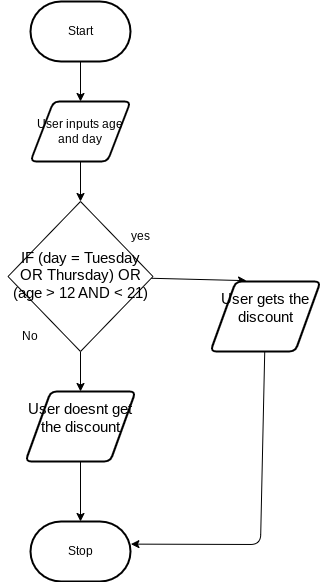
Before: design/flow-chart.png, a diagram exported from draw.io (ashley-monaghan/ICS2OR-Unit-5-04). Source tidied: cells renumbered, new cells last; positions are measured from the earlier drawing's top-left corner, leaving out a move shared by most shapes.
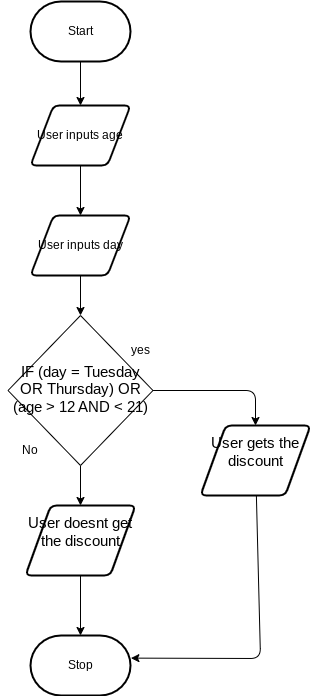
The same file after the commit.

Diff of the diagram source:
```diff
@@ -2,18 +2,20 @@
   <root>
     <mxCell id="0" />
     <mxCell id="1" parent="0" />
-    <mxCell id="2" style="edgeStyle=none;html=1;" parent="1" edge="1" source="3" target="5">
-      <mxGeometry relative="1" as="geometry" />
+    <mxCell id="2" style="edgeStyle=none;html=1;" parent="1" edge="1" source="3">
+      <mxGeometry relative="1" as="geometry">
+        <mxPoint x="80" y="-10" as="targetPoint" />
+      </mxGeometry>
     </mxCell>
     <mxCell id="3" value="Start" style="strokeWidth=2;html=1;shape=mxgraph.flowchart.terminator;whiteSpace=wrap;" parent="1" vertex="1">
-      <mxGeometry x="30" width="100" height="60" as="geometry" />
+      <mxGeometry x="30" y="-114" width="100" height="60" as="geometry" />
     </mxCell>
     <mxCell id="4" style="edgeStyle=none;html=1;" parent="1" edge="1" source="5">
       <mxGeometry relative="1" as="geometry">
         <mxPoint x="80" y="200" as="targetPoint" />
       </mxGeometry>
     </mxCell>
-    <mxCell id="5" value="User inputs age and day" style="shape=parallelogram;html=1;strokeWidth=2;perimeter=parallelogramPerimeter;whiteSpace=wrap;rounded=1;arcSize=12;size=0.23;" parent="1" vertex="1">
+    <mxCell id="5" value="User inputs day" style="shape=parallelogram;html=1;strokeWidth=2;perimeter=parallelogramPerimeter;whiteSpace=wrap;rounded=1;arcSize=12;size=0.23;" parent="1" vertex="1">
       <mxGeometry x="30" y="100" width="100" height="60" as="geometry" />
     </mxCell>
     <mxCell id="6" style="edgeStyle=none;html=1;" parent="1" edge="1" source="7" target="8">
@@ -28,8 +30,12 @@
     <mxCell id="9" style="edgeStyle=none;html=1;entryX=0.5;entryY=0;entryDx=0;entryDy=0;fontColor=#F0F0F0;" parent="1" edge="1" source="11" target="7">
       <mxGeometry relative="1" as="geometry" />
     </mxCell>
-    <mxCell id="10" style="edgeStyle=none;html=1;entryX=0.327;entryY=-0.012;entryDx=0;entryDy=0;entryPerimeter=0;fontColor=#F0F0F0;" parent="1" edge="1" source="11" target="13">
-      <mxGeometry relative="1" as="geometry" />
+    <mxCell id="10" style="edgeStyle=none;html=1;fontColor=#F0F0F0;" parent="1" edge="1" source="11" target="13">
+      <mxGeometry relative="1" as="geometry">
+        <Array as="points">
+          <mxPoint x="255" y="275" />
+        </Array>
+      </mxGeometry>
     </mxCell>
     <mxCell id="11" value="&amp;nbsp;&lt;span id=&quot;docs-internal-guid-e47e0e09-7fff-875d-5ef6-5627a097eb3d&quot;&gt;&lt;p dir=&quot;ltr&quot; style=&quot;line-height: 1.2 ; margin-top: 0pt ; margin-bottom: 0pt&quot;&gt;&lt;span style=&quot;font-size: 11pt ; font-family: &amp;#34;cabin&amp;#34; , sans-serif ; background-color: transparent ; vertical-align: baseline&quot;&gt;&lt;font color=&quot;#000000&quot;&gt;IF (day = Tuesday OR Thursday) OR (age &amp;gt; 12 AND &amp;lt; 21)&lt;/font&gt;&lt;/span&gt;&lt;/p&gt;&lt;div&gt;&lt;span style=&quot;font-size: 11pt ; font-family: &amp;#34;cabin&amp;#34; , sans-serif ; color: rgb(0 , 0 , 0) ; background-color: transparent ; vertical-align: baseline&quot;&gt;&lt;br&gt;&lt;/span&gt;&lt;/div&gt;&lt;/span&gt;" style="rhombus;whiteSpace=wrap;html=1;" parent="1" vertex="1">
       <mxGeometry x="7.5" y="200" width="145" height="150" as="geometry" />
@@ -42,7 +48,7 @@
       </mxGeometry>
     </mxCell>
     <mxCell id="13" value="&lt;span id=&quot;docs-internal-guid-53308b96-7fff-50a0-43fb-136b3a0d023f&quot;&gt;&lt;p dir=&quot;ltr&quot; style=&quot;line-height: 1.2 ; margin-top: 0pt ; margin-bottom: 0pt&quot;&gt;&lt;span style=&quot;font-size: 11pt ; font-family: &amp;#34;cabin&amp;#34; , sans-serif ; background-color: transparent ; vertical-align: baseline&quot;&gt;User gets the discount&lt;/span&gt;&lt;/p&gt;&lt;div&gt;&lt;span style=&quot;font-size: 11pt ; font-family: &amp;#34;cabin&amp;#34; , sans-serif ; color: rgb(0 , 0 , 0) ; background-color: transparent ; vertical-align: baseline&quot;&gt;&lt;br&gt;&lt;/span&gt;&lt;/div&gt;&lt;/span&gt;" style="shape=parallelogram;html=1;strokeWidth=2;perimeter=parallelogramPerimeter;whiteSpace=wrap;rounded=1;arcSize=12;size=0.23;" parent="1" vertex="1">
-      <mxGeometry x="210" y="280" width="110" height="70" as="geometry" />
+      <mxGeometry x="200" y="310" width="110" height="70" as="geometry" />
     </mxCell>
     <mxCell id="14" value="&lt;font color=&quot;#000000&quot;&gt;yes&lt;span style=&quot;font-family: monospace ; font-size: 0px&quot;&gt;%3CmxGraphModel%3E%3Croot%3E%3CmxCell%20id%3D%220%22%2F%3E%3CmxCell%20id%3D%221%22%20parent%3D%220%22%2F%3E%3CmxCell%20id%3D%222%22%20value%3D%22%26lt%3Bspan%20id%3D%26quot%3Bdocs-internal-guid-53308b96-7fff-50a0-43fb-136b3a0d023f%26quot%3B%26gt%3B%26lt%3Bp%20dir%3D%26quot%3Bltr%26quot%3B%20style%3D%26quot%3Bline-height%3A%201.2%20%3B%20margin-top%3A%200pt%20%3B%20margin-bottom%3A%200pt%26quot%3B%26gt%3B%26lt%3Bspan%20style%3D%26quot%3Bfont-size%3A%2011pt%20%3B%20font-family%3A%20%26amp%3B%2334%3Bcabin%26amp%3B%2334%3B%20%2C%20sans-serif%20%3B%20background-color%3A%20transparent%20%3B%20vertical-align%3A%20baseline%26quot%3B%26gt%3BUser%20doesnt%20get%20the%20discount%26lt%3B%2Fspan%26gt%3B%26lt%3B%2Fp%26gt%3B%26lt%3Bdiv%26gt%3B%26lt%3Bspan%20style%3D%26quot%3Bfont-size%3A%2011pt%20%3B%20font-family%3A%20%26amp%3B%2334%3Bcabin%26amp%3B%2334%3B%20%2C%20sans-serif%20%3B%20color%3A%20rgb(0%20%2C%200%20%2C%200)%20%3B%20background-color%3A%20transparent%20%3B%20vertical-align%3A%20baseline%26quot%3B%26gt%3B%26lt%3Bbr%26gt%3B%26lt%3B%2Fspan%26gt%3B%26lt%3B%2Fdiv%26gt%3B%26lt%3B%2Fspan%26gt%3B%22%20style%3D%22shape%3Dparallelogram%3Bhtml%3D1%3BstrokeWidth%3D2%3Bperimeter%3DparallelogramPerimeter%3BwhiteSpace%3Dwrap%3Brounded%3D1%3BarcSize%3D12%3Bsize%3D0.23%3B%22%20vertex%3D%221%22%20parent%3D%221%22%3E%3CmxGeometry%20x%3D%22300%22%20y%3D%22650%22%20width%3D%22110%22%20height%3D%2270%22%20as%3D%22geometry%22%2F%3E%3C%2FmxCell%3E%3C%2Froot%3E%3C%2FmxGraphModel%3E&lt;/span&gt;&lt;span style=&quot;font-family: monospace ; font-size: 0px&quot;&gt;%3CmxGraphModel%3E%3Croot%3E%3CmxCell%20id%3D%220%22%2F%3E%3CmxCell%20id%3D%221%22%20parent%3D%220%22%2F%3E%3CmxCell%20id%3D%222%22%20value%3D%22%26lt%3Bspan%20id%3D%26quot%3Bdocs-internal-guid-53308b96-7fff-50a0-43fb-136b3a0d023f%26quot%3B%26gt%3B%26lt%3Bp%20dir%3D%26quot%3Bltr%26quot%3B%20style%3D%26quot%3Bline-height%3A%201.2%20%3B%20margin-top%3A%200pt%20%3B%20margin-bottom%3A%200pt%26quot%3B%26gt%3B%26lt%3Bspan%20style%3D%26quot%3Bfont-size%3A%2011pt%20%3B%20font-family%3A%20%26amp%3B%2334%3Bcabin%26amp%3B%2334%3B%20%2C%20sans-serif%20%3B%20background-color%3A%20transparent%20%3B%20vertical-align%3A%20baseline%26quot%3B%26gt%3BUser%20doesnt%20get%20the%20discount%26lt%3B%2Fspan%26gt%3B%26lt%3B%2Fp%26gt%3B%26lt%3Bdiv%26gt%3B%26lt%3Bspan%20style%3D%26quot%3Bfont-size%3A%2011pt%20%3B%20font-family%3A%20%26amp%3B%2334%3Bcabin%26amp%3B%2334%3B%20%2C%20sans-serif%20%3B%20color%3A%20rgb(0%20%2C%200%20%2C%200)%20%3B%20background-color%3A%20transparent%20%3B%20vertical-align%3A%20baseline%26quot%3B%26gt%3B%26lt%3Bbr%26gt%3B%26lt%3B%2Fspan%26gt%3B%26lt%3B%2Fdiv%26gt%3B%26lt%3B%2Fspan%26gt%3B%22%20style%3D%22shape%3Dparallelogram%3Bhtml%3D1%3BstrokeWidth%3D2%3Bperimeter%3DparallelogramPerimeter%3BwhiteSpace%3Dwrap%3Brounded%3D1%3BarcSize%3D12%3Bsize%3D0.23%3B%22%20vertex%3D%221%22%20parent%3D%221%22%3E%3CmxGeometry%20x%3D%22300%22%20y%3D%22650%22%20width%3D%22110%22%20height%3D%2270%22%20as%3D%22geometry%22%2F%3E%3C%2FmxCell%3E%3C%2Froot%3E%3C%2FmxGraphModel%3E&lt;/span&gt;&lt;/font&gt;" style="text;html=1;strokeColor=none;fillColor=none;align=center;verticalAlign=middle;whiteSpace=wrap;rounded=0;fontColor=#F0F0F0;" parent="1" vertex="1">
       <mxGeometry x="110" y="220" width="60" height="30" as="geometry" />
@@ -50,5 +56,11 @@
     <mxCell id="15" value="&lt;font color=&quot;#000000&quot;&gt;No&lt;/font&gt;" style="text;html=1;strokeColor=none;fillColor=none;align=center;verticalAlign=middle;whiteSpace=wrap;rounded=0;fontColor=#F0F0F0;" parent="1" vertex="1">
       <mxGeometry y="320" width="60" height="30" as="geometry" />
     </mxCell>
+    <mxCell id="16" style="edgeStyle=none;html=1;" parent="1" edge="1" source="17" target="5">
+      <mxGeometry relative="1" as="geometry" />
+    </mxCell>
+    <mxCell id="17" value="User inputs age" style="shape=parallelogram;html=1;strokeWidth=2;perimeter=parallelogramPerimeter;whiteSpace=wrap;rounded=1;arcSize=12;size=0.23;" parent="1" vertex="1">
+      <mxGeometry x="30" y="-10" width="100" height="60" as="geometry" />
+    </mxCell>
   </root>
 </mxGraphModel>
```
